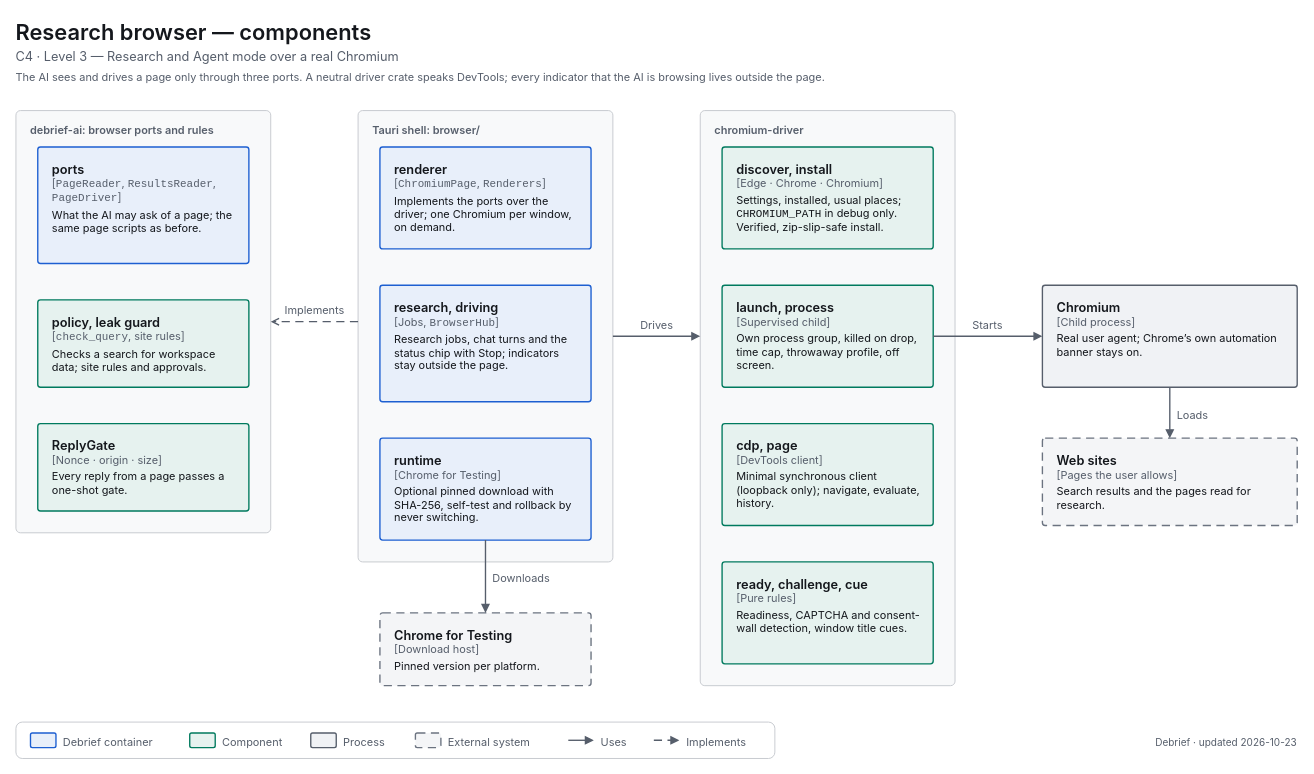
The draw.io diagram apps/debrief/docs/diagrams/c4-3-research-browser.drawio in decryp7/paddock, before the edit. Source tidied: cells renumbered, new cells numbered last; positions are measured from the earlier drawing's top-left corner, leaving out a move shared by most shapes. Both pictures are drawn from the tidied source at 91%, with x=0, y=0 at pixel (15, 15).
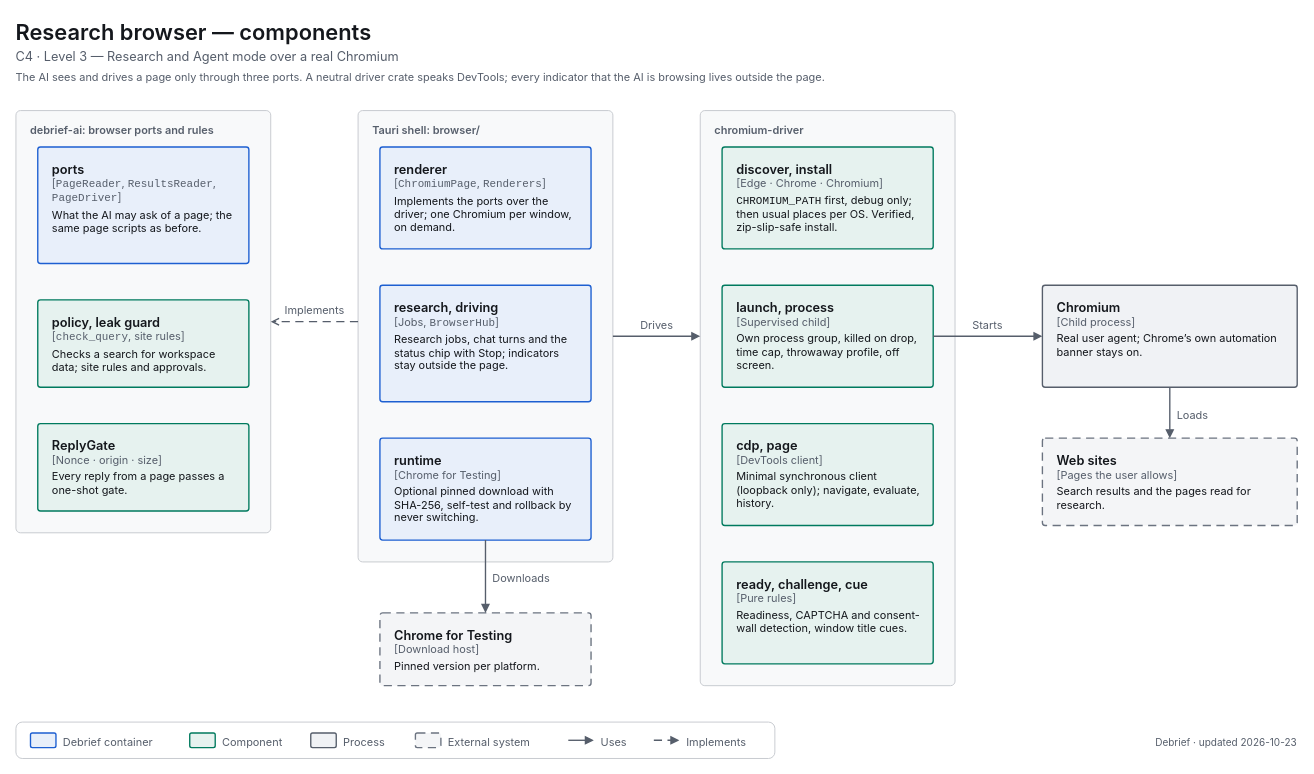
The same diagram, later.

Commit message (it also covers changes not shown here):
docs(debrief): the discover box says only what chromium-driver does

What changed in the source:
```diff
@@
-    <mxCell id="14" value="&lt;span style=&quot;font-size:14px;font-weight:600&quot;&gt;discover, install&lt;/span&gt;&lt;br&gt;&lt;span style=&quot;font-size:12px;color:light-dark(#565E6B,#A0A7B2)&quot;&gt;[Edge · Chrome · Chromium]&lt;/span&gt;&lt;br&gt;&lt;div style=&quot;margin-top:4px;font-size:12px&quot;&gt;Settings, installed, usual places; &lt;span style=&quot;font-family:ui-monospace,SF Mono,Cascadia Mono,Consolas,monospace;white-space:nowrap&quot;&gt;CHROMIUM_PATH&lt;/span&gt; in debug only. Verified, zip-slip-safe install.&lt;/div&gt;" style="html=1;whiteSpace=wrap;fontFamily=-apple-system,BlinkMacSystemFont,Segoe UI,system-ui,sans-serif;fontSize=12;fontColor=light-dark(#14171C,#ECEEF1);rounded=1;absoluteArcSize=1;arcSize=6;strokeWidth=1.5;strokeColor=light-dark(#007A5E,#2EC4A0);fillColor=light-dark(#E6F2EF,#193330);align=left;verticalAlign=top;spacingLeft=14;spacingRight=14;spacingTop=10;spacingBottom=8;" parent="1" vertex="1">
+    <mxCell id="14" value="&lt;span style=&quot;font-size:14px;font-weight:600&quot;&gt;discover, install&lt;/span&gt;&lt;br&gt;&lt;span style=&quot;font-size:12px;color:light-dark(#565E6B,#A0A7B2)&quot;&gt;[Edge · Chrome · Chromium]&lt;/span&gt;&lt;br&gt;&lt;div style=&quot;margin-top:4px;font-size:12px&quot;&gt;&lt;span style=&quot;font-family:ui-monospace,SF Mono,Cascadia Mono,Consolas,monospace;white-space:nowrap&quot;&gt;CHROMIUM_PATH&lt;/span&gt; first, debug only; then usual places per OS. Verified, zip-slip-safe install.&lt;/div&gt;" style="html=1;whiteSpace=wrap;fontFamily=-apple-system,BlinkMacSystemFont,Segoe UI,system-ui,sans-serif;fontSize=12;fontColor=light-dark(#14171C,#ECEEF1);rounded=1;absoluteArcSize=1;arcSize=6;strokeWidth=1.5;strokeColor=light-dark(#007A5E,#2EC4A0);fillColor=light-dark(#E6F2EF,#193330);align=left;verticalAlign=top;spacingLeft=14;spacingRight=14;spacingTop=10;spacingBottom=8;" parent="1" vertex="1">
       <mxGeometry x="776" y="144" width="232" height="112" as="geometry" />
     </mxCell>
```
